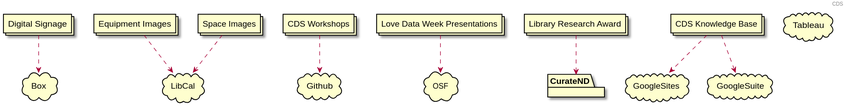
ndlib/dam-ecosystem-mapping keeps this PlantUML diagram as plantuml/cds.svg. Above is the earlier version.
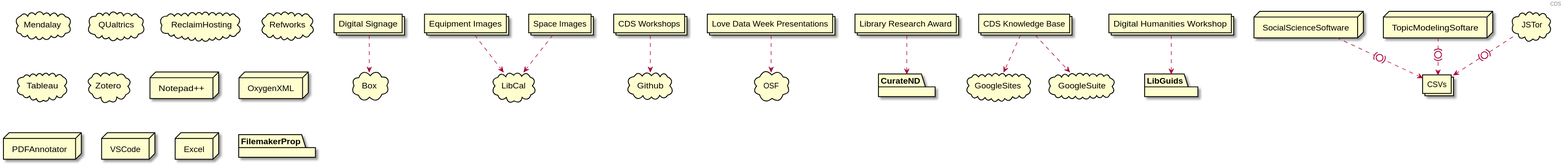
After the commit.

Diff of the diagram source:
```diff
@@ -9,15 +9,36 @@
 collections "Love Data Week Presentations" as LDWP
 collections "Library Research Award" as LRA
 collections "CDS Knowledge Base" as CDSKB
+collections "Digital Humanities Workshop" as DHW
+collections "CSVs"
 
 cloud Box
 cloud Github
-cloud Tableau
 cloud GoogleSites
-cloud OSF
 cloud GoogleSuite
 cloud LibCal
+cloud Mendalay
+cloud OSF
+cloud QUaltrics
+cloud ReclaimHosting
+cloud Refworks
+cloud Tableau
+cloud Zotero
+node "Notepad++" as NP
+node OxygenXML
+node PDFAnnotator
+node VSCode
+node Excel
 package CurateND
+package FilemakerProp
+package LibGuids
+node SocialScienceSoftware
+node TopicModelingSoftare
+cloud JSTor
+
+JSTor .(0).> CSVs
+TopicModelingSoftare .(0).> CSVs
+SocialScienceSoftware .(0).> CSVs
 
 DS ..> Box
 CDSW ..> Github
@@ -27,5 +48,6 @@
 CDSKB ..> GoogleSuite
 EI ..> LibCal
 SI ..> LibCal
+DHW ..> LibGuids
 
 @enduml
```
